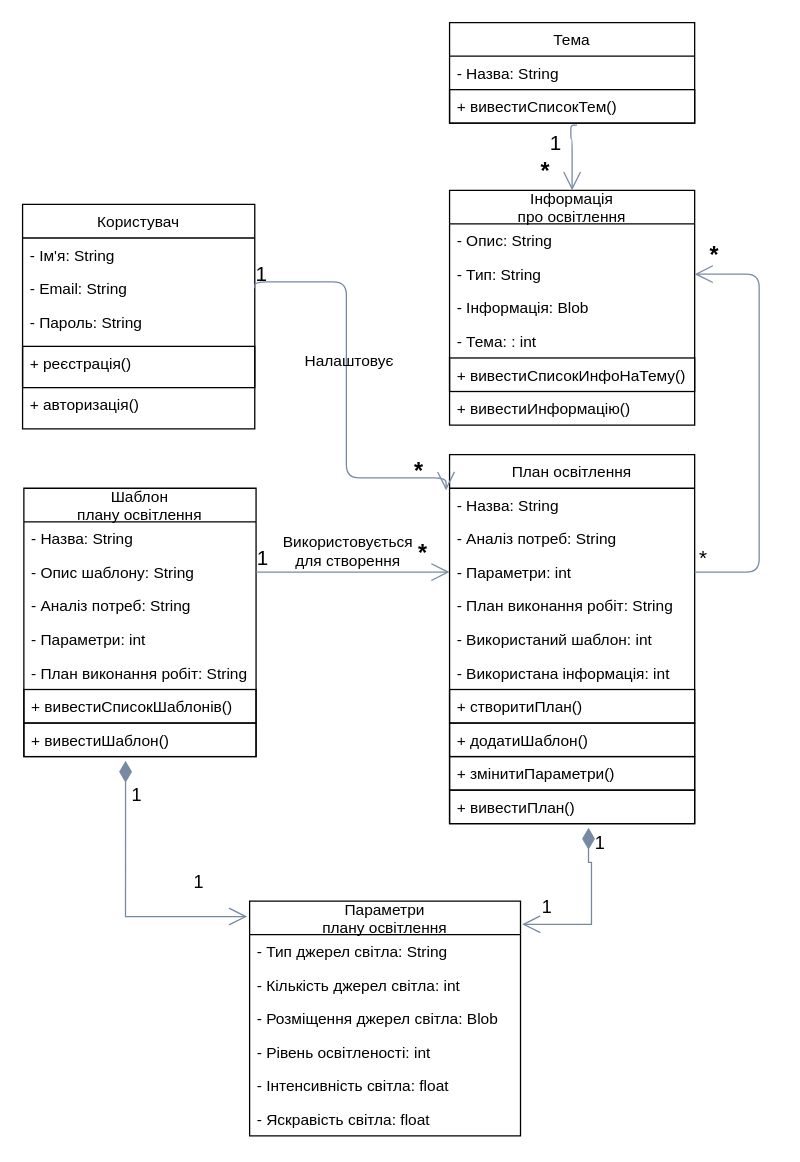
oleksandrblazhko/ai-212-ishenko keeps this draw.io diagram as 2-SoftwareDesign/2.5-UMLProgramClasses/UMLProgramClasses.drawio. Above is the earlier version. Source tidied: cells renumbered, new cells numbered last; positions are measured from the earlier drawing's top-left corner, leaving out a move shared by most shapes. Both pictures are drawn from the tidied source at 129%, with x=0, y=0 at pixel (22, 22).
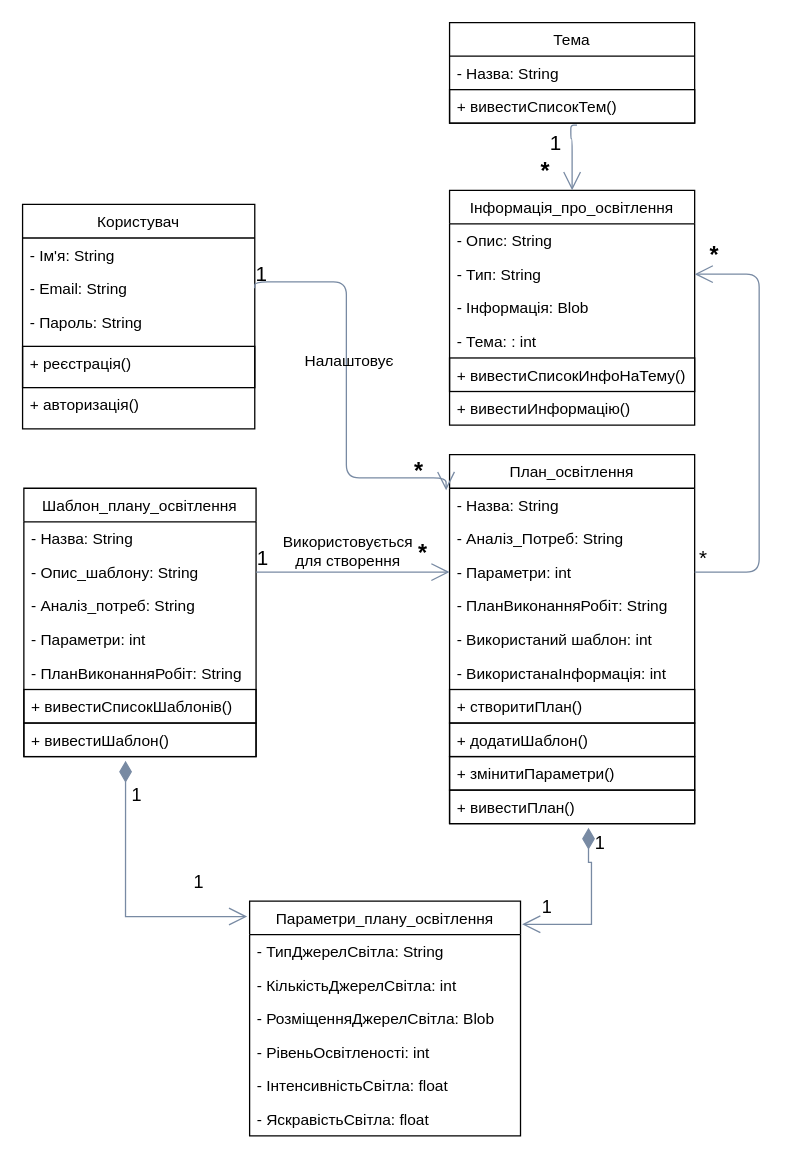
The same page after the edit.

What changed in the source:
```diff
@@
-    <mxCell id="11" value="Інформація&#10;про освітлення" style="swimlane;fontStyle=0;horizontal=1;startSize=26;fillColor=none;labelBackgroundColor=none;strokeColor=#000000;fontColor=#000000;labelBorderColor=none;" parent="1" vertex="1">
+    <mxCell id="11" value="Інформація_про_освітлення" style="swimlane;fontStyle=0;horizontal=1;startSize=26;fillColor=none;labelBackgroundColor=none;strokeColor=#000000;fontColor=#000000;labelBorderColor=none;" parent="1" vertex="1">
       <mxGeometry x="331" y="130" width="190" height="182" as="geometry" />
     </mxCell>
@@
-    <mxCell id="18" value="Шаблон &#10;плану освітлення" style="swimlane;fontStyle=0;horizontal=1;startSize=26;fillColor=none;labelBackgroundColor=none;strokeColor=#000000;fontColor=#000000;labelBorderColor=none;" parent="1" vertex="1">
+    <mxCell id="18" value="Шаблон_плану_освітлення" style="swimlane;fontStyle=0;horizontal=1;startSize=26;fillColor=none;labelBackgroundColor=none;strokeColor=#000000;fontColor=#000000;labelBorderColor=none;" parent="1" vertex="1">
       <mxGeometry x="1" y="361" width="180" height="208" as="geometry" />
     </mxCell>
@@
-    <mxCell id="20" value="- Опис шаблону: String" style="text;strokeColor=none;fillColor=none;align=left;verticalAlign=top;spacingLeft=4;spacingRight=4;overflow=hidden;points=[[0,0.5],[1,0.5]];portConstraint=eastwest;labelBackgroundColor=none;fontColor=#000000;labelBorderColor=none;" parent="18" vertex="1">
+    <mxCell id="20" value="- Опис_шаблону: String" style="text;strokeColor=none;fillColor=none;align=left;verticalAlign=top;spacingLeft=4;spacingRight=4;overflow=hidden;points=[[0,0.5],[1,0.5]];portConstraint=eastwest;labelBackgroundColor=none;fontColor=#000000;labelBorderColor=none;" parent="18" vertex="1">
       <mxGeometry y="52" width="180" height="26" as="geometry" />
     </mxCell>
-    <mxCell id="21" value="- Аналіз потреб: String" style="text;strokeColor=none;fillColor=none;align=left;verticalAlign=top;spacingLeft=4;spacingRight=4;overflow=hidden;labelBackgroundColor=none;fontColor=#000000;labelBorderColor=none;" parent="18" vertex="1">
+    <mxCell id="21" value="- Аналіз_потреб: String" style="text;strokeColor=none;fillColor=none;align=left;verticalAlign=top;spacingLeft=4;spacingRight=4;overflow=hidden;labelBackgroundColor=none;fontColor=#000000;labelBorderColor=none;" parent="18" vertex="1">
       <mxGeometry y="78" width="180" height="26" as="geometry" />
     </mxCell>
@@
-    <mxCell id="23" value="- План виконання робіт: String" style="text;strokeColor=none;fillColor=none;align=left;verticalAlign=top;spacingLeft=4;spacingRight=4;overflow=hidden;labelBackgroundColor=none;fontColor=#000000;labelBorderColor=none;" parent="18" vertex="1">
+    <mxCell id="23" value="- ПланВиконанняРобіт: String" style="text;strokeColor=none;fillColor=none;align=left;verticalAlign=top;spacingLeft=4;spacingRight=4;overflow=hidden;labelBackgroundColor=none;fontColor=#000000;labelBorderColor=none;" parent="18" vertex="1">
       <mxGeometry y="130" width="180" height="26" as="geometry" />
     </mxCell>
@@
-    <mxCell id="26" value="План освітлення" style="swimlane;fontStyle=0;horizontal=1;startSize=26;fillColor=none;labelBackgroundColor=none;strokeColor=#000000;fontColor=#000000;labelBorderColor=none;" parent="1" vertex="1">
+    <mxCell id="26" value="План_освітлення" style="swimlane;fontStyle=0;horizontal=1;startSize=26;fillColor=none;labelBackgroundColor=none;strokeColor=#000000;fontColor=#000000;labelBorderColor=none;" parent="1" vertex="1">
       <mxGeometry x="331" y="335" width="190" height="286" as="geometry" />
     </mxCell>
@@
-    <mxCell id="28" value="- Аналіз потреб: String" style="text;strokeColor=none;fillColor=none;align=left;verticalAlign=top;spacingLeft=4;spacingRight=4;overflow=hidden;labelBackgroundColor=none;fontColor=#000000;labelBorderColor=none;" parent="26" vertex="1">
+    <mxCell id="28" value="- Аналіз_Потреб: String" style="text;strokeColor=none;fillColor=none;align=left;verticalAlign=top;spacingLeft=4;spacingRight=4;overflow=hidden;labelBackgroundColor=none;fontColor=#000000;labelBorderColor=none;" parent="26" vertex="1">
       <mxGeometry y="52" width="190" height="26" as="geometry" />
     </mxCell>
@@
-    <mxCell id="30" value="- План виконання робіт: String" style="text;strokeColor=none;fillColor=none;align=left;verticalAlign=top;spacingLeft=4;spacingRight=4;overflow=hidden;labelBackgroundColor=none;fontColor=#000000;labelBorderColor=none;" parent="26" vertex="1">
+    <mxCell id="30" value="- ПланВиконанняРобіт: String" style="text;strokeColor=none;fillColor=none;align=left;verticalAlign=top;spacingLeft=4;spacingRight=4;overflow=hidden;labelBackgroundColor=none;fontColor=#000000;labelBorderColor=none;" parent="26" vertex="1">
       <mxGeometry y="104" width="190" height="26" as="geometry" />
     </mxCell>
@@
-    <mxCell id="32" value="- Використана інформація: int" style="text;strokeColor=none;fillColor=none;align=left;verticalAlign=top;spacingLeft=4;spacingRight=4;overflow=hidden;labelBackgroundColor=none;fontColor=#000000;labelBorderColor=none;" parent="26" vertex="1">
+    <mxCell id="32" value="- ВикористанаІнформація: int" style="text;strokeColor=none;fillColor=none;align=left;verticalAlign=top;spacingLeft=4;spacingRight=4;overflow=hidden;labelBackgroundColor=none;fontColor=#000000;labelBorderColor=none;" parent="26" vertex="1">
       <mxGeometry y="156" width="190" height="26" as="geometry" />
     </mxCell>
@@
-    <mxCell id="37" value="Параметри &#10;плану освітлення" style="swimlane;fontStyle=0;horizontal=1;startSize=26;fillColor=none;labelBackgroundColor=none;strokeColor=#000000;fontColor=#000000;labelBorderColor=none;" parent="1" vertex="1">
+    <mxCell id="37" value="Параметри_плану_освітлення" style="swimlane;fontStyle=0;horizontal=1;startSize=26;fillColor=none;labelBackgroundColor=none;strokeColor=#000000;fontColor=#000000;labelBorderColor=none;" parent="1" vertex="1">
       <mxGeometry x="176" y="681" width="210" height="182" as="geometry" />
     </mxCell>
-    <mxCell id="38" value="- Тип джерел світла: String" style="text;strokeColor=none;fillColor=none;align=left;verticalAlign=top;spacingLeft=4;spacingRight=4;overflow=hidden;labelBackgroundColor=none;fontColor=#000000;labelBorderColor=none;" parent="37" vertex="1">
+    <mxCell id="38" value="- ТипДжерелСвітла: String" style="text;strokeColor=none;fillColor=none;align=left;verticalAlign=top;spacingLeft=4;spacingRight=4;overflow=hidden;labelBackgroundColor=none;fontColor=#000000;labelBorderColor=none;" parent="37" vertex="1">
       <mxGeometry y="26" width="210" height="26" as="geometry" />
     </mxCell>
-    <mxCell id="39" value="- Кількість джерел світла: int" style="text;strokeColor=none;fillColor=none;align=left;verticalAlign=top;spacingLeft=4;spacingRight=4;overflow=hidden;labelBackgroundColor=none;fontColor=#000000;labelBorderColor=none;" parent="37" vertex="1">
+    <mxCell id="39" value="- КількістьДжерелСвітла: int" style="text;strokeColor=none;fillColor=none;align=left;verticalAlign=top;spacingLeft=4;spacingRight=4;overflow=hidden;labelBackgroundColor=none;fontColor=#000000;labelBorderColor=none;" parent="37" vertex="1">
       <mxGeometry y="52" width="210" height="26" as="geometry" />
     </mxCell>
-    <mxCell id="40" value="- Розміщення джерел світла: Blob" style="text;strokeColor=none;fillColor=none;align=left;verticalAlign=top;spacingLeft=4;spacingRight=4;overflow=hidden;labelBackgroundColor=none;fontColor=#000000;labelBorderColor=none;" parent="37" vertex="1">
+    <mxCell id="40" value="- РозміщенняДжерелСвітла: Blob" style="text;strokeColor=none;fillColor=none;align=left;verticalAlign=top;spacingLeft=4;spacingRight=4;overflow=hidden;labelBackgroundColor=none;fontColor=#000000;labelBorderColor=none;" parent="37" vertex="1">
       <mxGeometry y="78" width="210" height="26" as="geometry" />
     </mxCell>
-    <mxCell id="41" value="- Рівень освітленості: int" style="text;strokeColor=none;fillColor=none;align=left;verticalAlign=top;spacingLeft=4;spacingRight=4;overflow=hidden;labelBackgroundColor=none;fontColor=#000000;labelBorderColor=none;" parent="37" vertex="1">
+    <mxCell id="41" value="- РівеньОсвітленості: int" style="text;strokeColor=none;fillColor=none;align=left;verticalAlign=top;spacingLeft=4;spacingRight=4;overflow=hidden;labelBackgroundColor=none;fontColor=#000000;labelBorderColor=none;" parent="37" vertex="1">
       <mxGeometry y="104" width="210" height="26" as="geometry" />
     </mxCell>
-    <mxCell id="42" value="- Інтенсивність світла: float" style="text;strokeColor=none;fillColor=none;align=left;verticalAlign=top;spacingLeft=4;spacingRight=4;overflow=hidden;labelBackgroundColor=none;fontColor=#000000;labelBorderColor=none;" parent="37" vertex="1">
+    <mxCell id="42" value="- ІнтенсивністьСвітла: float" style="text;strokeColor=none;fillColor=none;align=left;verticalAlign=top;spacingLeft=4;spacingRight=4;overflow=hidden;labelBackgroundColor=none;fontColor=#000000;labelBorderColor=none;" parent="37" vertex="1">
       <mxGeometry y="130" width="210" height="26" as="geometry" />
     </mxCell>
-    <mxCell id="43" value="- Яскравість світла: float" style="text;strokeColor=none;fillColor=none;align=left;verticalAlign=top;spacingLeft=4;spacingRight=4;overflow=hidden;labelBackgroundColor=none;fontColor=#000000;labelBorderColor=none;" parent="37" vertex="1">
+    <mxCell id="43" value="- ЯскравістьСвітла: float" style="text;strokeColor=none;fillColor=none;align=left;verticalAlign=top;spacingLeft=4;spacingRight=4;overflow=hidden;labelBackgroundColor=none;fontColor=#000000;labelBorderColor=none;" parent="37" vertex="1">
       <mxGeometry y="156" width="210" height="26" as="geometry" />
     </mxCell>
```
